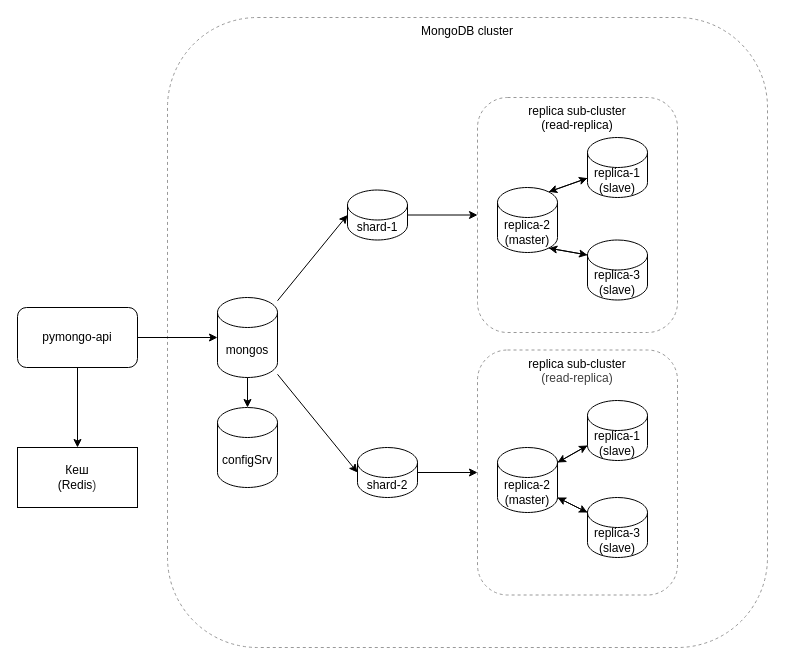
AndreyNester/black_friday keeps this draw.io diagram as docs/schema-3.drawio. Above is the earlier version. Source tidied: cells renumbered, new cells numbered last; positions are measured from the earlier drawing's top-left corner, leaving out a move shared by most shapes. Both pictures are drawn from the tidied source at 100%, with x=0, y=0 at pixel (17, 17).
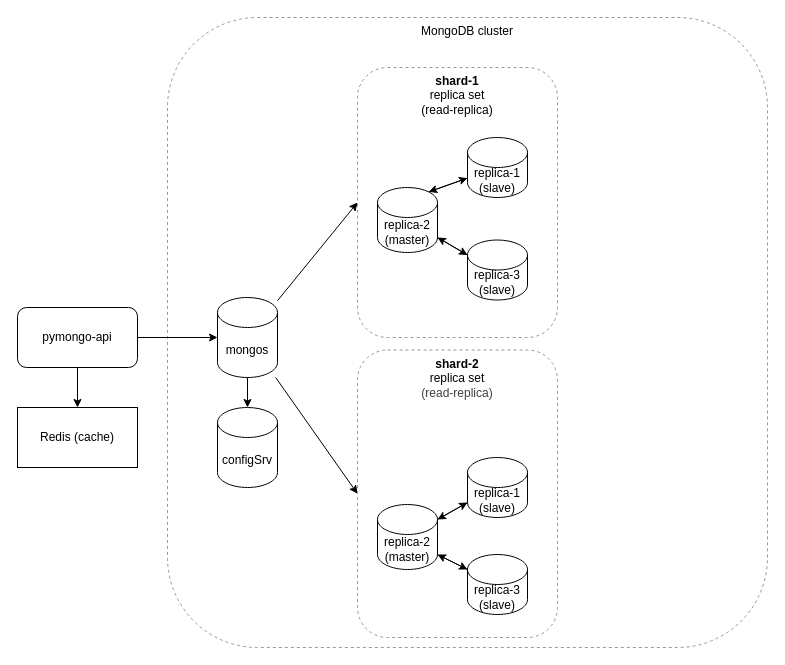
The same page after the edit.

Unchanged cells that the change refers to:
```xml
<mxCell id="3" value="mongos" style="shape=cylinder3;whiteSpace=wrap;html=1;boundedLbl=1;backgroundOutline=1;size=15;" parent="1" vertex="1">
  <mxGeometry x="200" y="280" width="60" height="80" as="geometry" />
</mxCell>
<mxCell id="5" value="pymongo-api" style="rounded=1;whiteSpace=wrap;html=1;" parent="1" vertex="1">
  <mxGeometry y="290" width="120" height="60" as="geometry" />
</mxCell>
```

The edit, as a diff of the source:
```diff
@@
+    <mxCell id="4" style="edgeStyle=none;html=1;entryX=0;entryY=0.5;entryDx=0;entryDy=0;" parent="1" edge="1" source="3" target="15">
+      <mxGeometry relative="1" as="geometry" />
+    </mxCell>
+    <mxCell id="32" style="edgeStyle=none;html=1;entryX=0;entryY=0.5;entryDx=0;entryDy=0;" parent="1" edge="1" source="3" target="23">
+      <mxGeometry relative="1" as="geometry" />
+    </mxCell>
@@
-    <mxCell id="4" style="edgeStyle=none;html=1;entryX=0.5;entryY=0;entryDx=0;entryDy=0;" parent="1" edge="1" source="5" target="31">
-      <mxGeometry relative="1" as="geometry" />
-    </mxCell>
+    <mxCell id="33" style="edgeStyle=none;html=1;entryX=0.5;entryY=0;entryDx=0;entryDy=0;" parent="1" edge="1" source="5" target="34">
+      <mxGeometry relative="1" as="geometry" />
+    </mxCell>
@@
-    <mxCell id="7" style="edgeStyle=none;html=1;entryX=0;entryY=0.5;entryDx=0;entryDy=0;" parent="1" edge="1" source="8" target="15">
-      <mxGeometry relative="1" as="geometry" />
-    </mxCell>
-    <mxCell id="8" value="shard-1" style="shape=cylinder3;whiteSpace=wrap;html=1;boundedLbl=1;backgroundOutline=1;size=15;" parent="1" vertex="1">
-      <mxGeometry x="330" y="172.5" width="60" height="50" as="geometry" />
-    </mxCell>
@@
-    <mxCell id="10" style="edgeStyle=none;html=1;entryX=0;entryY=0.5;entryDx=0;entryDy=0;entryPerimeter=0;fontFamily=Helvetica;fontSize=12;fontColor=default;" parent="1" edge="1" source="3" target="8">
-      <mxGeometry relative="1" as="geometry" />
-    </mxCell>
@@
-    <mxCell id="12" style="edgeStyle=none;html=1;entryX=0;entryY=0.5;entryDx=0;entryDy=0;" parent="1" edge="1" source="13" target="23">
-      <mxGeometry relative="1" as="geometry" />
-    </mxCell>
-    <mxCell id="13" value="shard-2" style="shape=cylinder3;whiteSpace=wrap;html=1;boundedLbl=1;backgroundOutline=1;size=15;" parent="1" vertex="1">
-      <mxGeometry x="340" y="430" width="60" height="50" as="geometry" />
-    </mxCell>
-    <mxCell id="14" style="edgeStyle=none;html=1;entryX=0;entryY=0.5;entryDx=0;entryDy=0;entryPerimeter=0;" parent="1" edge="1" source="3" target="13">
-      <mxGeometry relative="1" as="geometry" />
-    </mxCell>
-    <mxCell id="15" value="replica sub-cluster&lt;div&gt;(read-replica)&lt;/div&gt;" style="rounded=1;whiteSpace=wrap;html=1;fillColor=none;dashed=1;strokeColor=#999999;strokeWidth=1;align=center;verticalAlign=top;" parent="1" vertex="1">
-      <mxGeometry x="460" y="80" width="200" height="235" as="geometry" />
+    <mxCell id="15" value="&lt;b&gt;shard-1&lt;/b&gt;&lt;br&gt;replica set&lt;div&gt;(read-replica)&lt;/div&gt;" style="rounded=1;whiteSpace=wrap;html=1;fillColor=none;dashed=1;strokeColor=#999999;strokeWidth=1;align=center;verticalAlign=top;" parent="1" vertex="1">
+      <mxGeometry x="340" y="50" width="200" height="270" as="geometry" />
     </mxCell>
     <mxCell id="16" value="replica-1&lt;div&gt;(slave)&lt;/div&gt;" style="shape=cylinder3;whiteSpace=wrap;html=1;boundedLbl=1;backgroundOutline=1;size=15;" parent="1" vertex="1">
-      <mxGeometry x="570" y="120" width="60" height="60" as="geometry" />
+      <mxGeometry x="450" y="120" width="60" height="60" as="geometry" />
     </mxCell>
@@
     <mxCell id="18" value="&lt;span style=&quot;color: rgb(0, 0, 0);&quot;&gt;replica&lt;/span&gt;-2&lt;br&gt;(master)" style="shape=cylinder3;whiteSpace=wrap;html=1;boundedLbl=1;backgroundOutline=1;size=15;" parent="1" vertex="1">
-      <mxGeometry x="480" y="170" width="60" height="65" as="geometry" />
+      <mxGeometry x="360" y="170" width="60" height="65" as="geometry" />
     </mxCell>
     <mxCell id="19" value="&lt;span style=&quot;color: rgb(0, 0, 0);&quot;&gt;replica&lt;/span&gt;-3&lt;div&gt;(slave)&lt;/div&gt;" style="shape=cylinder3;whiteSpace=wrap;html=1;boundedLbl=1;backgroundOutline=1;size=15;" parent="1" vertex="1">
-      <mxGeometry x="570" y="222.5" width="60" height="60" as="geometry" />
+      <mxGeometry x="450" y="222.5" width="60" height="60" as="geometry" />
     </mxCell>
@@
-    <mxCell id="21" style="edgeStyle=none;html=1;entryX=0;entryY=0;entryDx=0;entryDy=15;entryPerimeter=0;exitX=0.855;exitY=1;exitDx=0;exitDy=-4.35;exitPerimeter=0;" parent="1" edge="1" source="18" target="19">
+    <mxCell id="21" style="edgeStyle=none;html=1;entryX=0;entryY=0;entryDx=0;entryDy=15;entryPerimeter=0;exitX=1;exitY=1;exitDx=0;exitDy=-15;exitPerimeter=0;" parent="1" edge="1" source="18" target="19">
       <mxGeometry relative="1" as="geometry" />
     </mxCell>
-    <mxCell id="22" style="edgeStyle=none;html=1;entryX=0.855;entryY=1;entryDx=0;entryDy=-4.35;entryPerimeter=0;exitX=0;exitY=0;exitDx=0;exitDy=15;exitPerimeter=0;" parent="1" edge="1" source="19" target="18">
+    <mxCell id="22" style="edgeStyle=none;html=1;entryX=1;entryY=1;entryDx=0;entryDy=-15;entryPerimeter=0;exitX=0;exitY=0;exitDx=0;exitDy=15;exitPerimeter=0;" parent="1" edge="1" source="19" target="18">
       <mxGeometry relative="1" as="geometry" />
     </mxCell>
-    <mxCell id="23" value="replica sub-cluster&lt;div&gt;&lt;span style=&quot;color: rgb(63, 63, 63);&quot;&gt;(read-replica)&lt;/span&gt;&lt;/div&gt;" style="rounded=1;whiteSpace=wrap;html=1;fillColor=none;dashed=1;strokeColor=#999999;strokeWidth=1;align=center;verticalAlign=top;" parent="1" vertex="1">
-      <mxGeometry x="460" y="332.5" width="200" height="245" as="geometry" />
+    <mxCell id="23" value="&lt;div&gt;&lt;b&gt;shard-2&lt;/b&gt;&lt;/div&gt;replica set&lt;div&gt;&lt;span style=&quot;color: rgb(63, 63, 63);&quot;&gt;(read-replica)&lt;/span&gt;&lt;/div&gt;" style="rounded=1;whiteSpace=wrap;html=1;fillColor=none;dashed=1;strokeColor=#999999;strokeWidth=1;align=center;verticalAlign=top;" parent="1" vertex="1">
+      <mxGeometry x="340" y="332.5" width="200" height="287.5" as="geometry" />
     </mxCell>
     <mxCell id="24" value="replica-1&lt;div&gt;(slave)&lt;/div&gt;" style="shape=cylinder3;whiteSpace=wrap;html=1;boundedLbl=1;backgroundOutline=1;size=15;" parent="1" vertex="1">
-      <mxGeometry x="570" y="383" width="60" height="60" as="geometry" />
+      <mxGeometry x="450" y="440" width="60" height="60" as="geometry" />
     </mxCell>
     <mxCell id="25" value="&lt;span style=&quot;color: rgb(0, 0, 0);&quot;&gt;replica&lt;/span&gt;-2&lt;br&gt;(master)" style="shape=cylinder3;whiteSpace=wrap;html=1;boundedLbl=1;backgroundOutline=1;size=15;" parent="1" vertex="1">
-      <mxGeometry x="480" y="430" width="60" height="65" as="geometry" />
+      <mxGeometry x="360" y="487" width="60" height="65" as="geometry" />
     </mxCell>
     <mxCell id="26" value="&lt;span style=&quot;color: rgb(0, 0, 0);&quot;&gt;replica&lt;/span&gt;-3&lt;div&gt;(slave)&lt;/div&gt;" style="shape=cylinder3;whiteSpace=wrap;html=1;boundedLbl=1;backgroundOutline=1;size=15;" parent="1" vertex="1">
-      <mxGeometry x="570" y="480" width="60" height="60" as="geometry" />
+      <mxGeometry x="450" y="537" width="60" height="60" as="geometry" />
     </mxCell>
@@
-    <mxCell id="31" value="Кеш&lt;div&gt;(Redis&lt;span style=&quot;color: rgb(63, 63, 63); background-color: transparent;&quot;&gt;)&lt;/span&gt;&lt;/div&gt;" style="whiteSpace=wrap;html=1;" parent="1" vertex="1">
-      <mxGeometry y="430" width="120" height="60" as="geometry" />
-    </mxCell>
+    <mxCell id="34" value="Redis (cache)" style="rounded=1;whiteSpace=wrap;html=1;arcSize=0;" parent="1" vertex="1">
+      <mxGeometry y="390" width="120" height="60" as="geometry" />
+    </mxCell>
```
